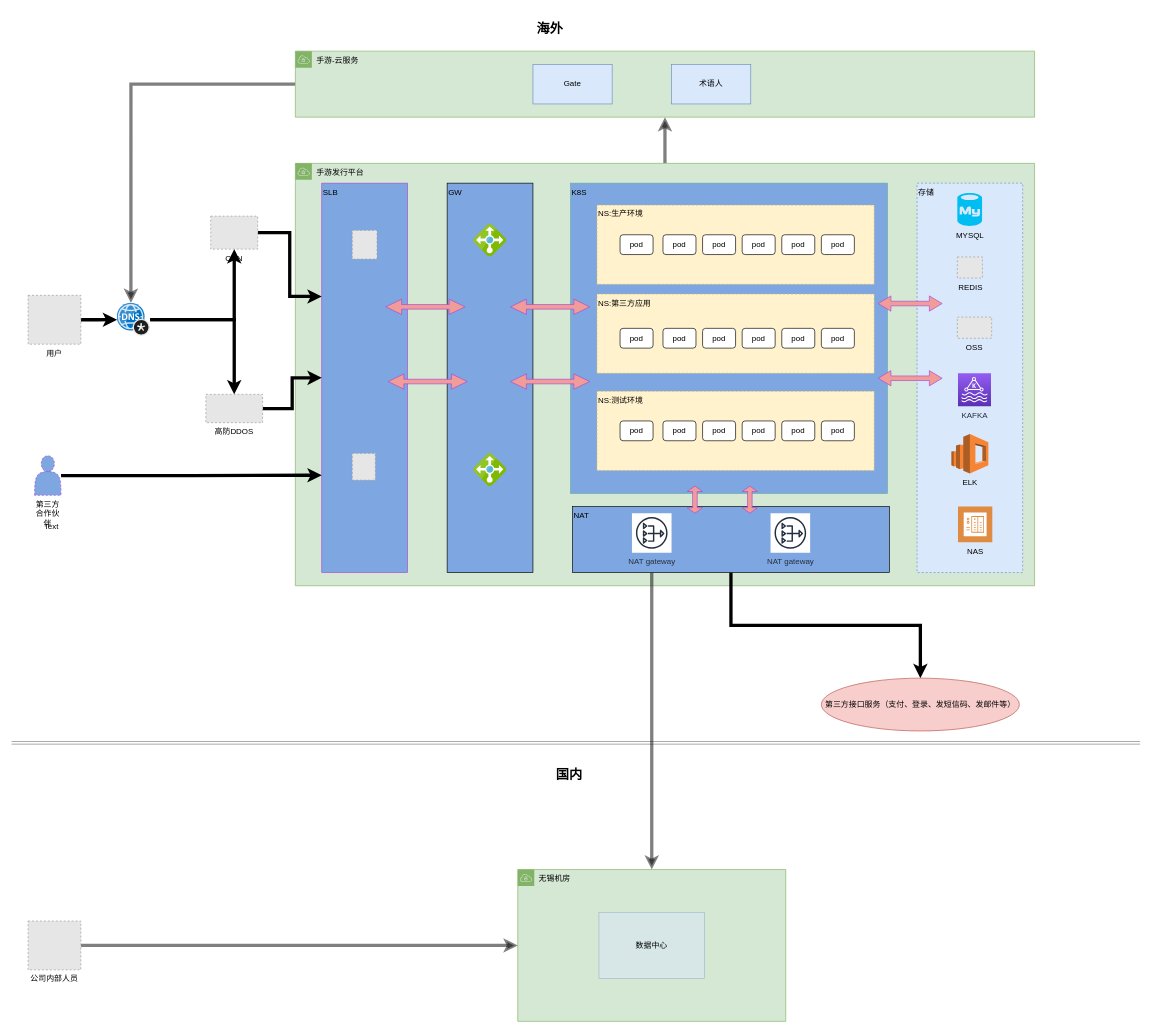
Earlier version of the draw.io diagram 未命名绘图.drawio (shijianhui/ops_doc). Source tidied: cells renumbered, new cells numbered last; positions are measured from the earlier drawing's top-left corner, leaving out a move shared by most shapes. Both pictures are drawn from the tidied source at 66%, with x=0, y=0 at pixel (11, 11). Pictures stored in the file or linked from it are replaced by grey dashed boxes.
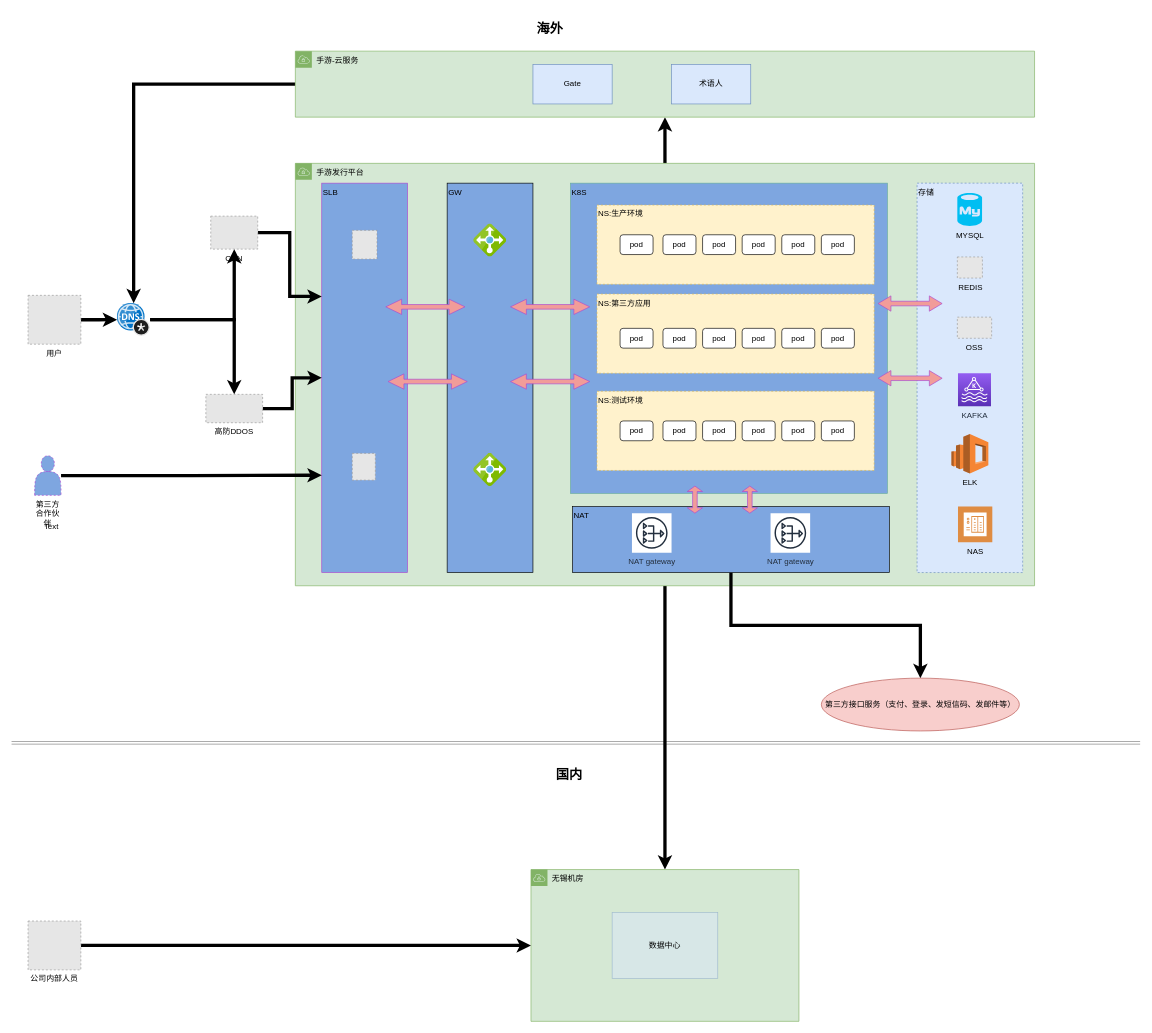
The same diagram, later.

Commit message (it also covers changes not shown here):
Update 未命名绘图.drawio

Unchanged cells that the change refers to:
```xml
<mxCell id="3" value="手游发行平台" style="points=[[0,0],[0.25,0],[0.5,0],[0.75,0],[1,0],[1,0.25],[1,0.5],[1,0.75],[1,1],[0.75,1],[0.5,1],[0.25,1],[0,1],[0,0.75],[0,0.5],[0,0.25]];outlineConnect=0;html=1;whiteSpace=wrap;fontSize=12;fontStyle=0;shape=mxgraph.aws4.group;grIcon=mxgraph.aws4.group_vpc;strokeColor=#82b366;fillColor=#d5e8d4;verticalAlign=top;align=left;spacingLeft=30;dashed=0;labelBackgroundColor=none;" parent="1" vertex="1">
  <mxGeometry x="430" y="230" width="1120" height="640" as="geometry" />
</mxCell>
<mxCell id="31" style="html=1;points=[];align=center;image;fontSize=12;image=img/lib/mscae/DNS_Private_Zones.svg;dashed=1;strokeColor=#AC49D0;fillColor=#9AC7BF;" parent="1" vertex="1">
  <mxGeometry x="160" y="441.8" width="50" height="50" as="geometry" />
</mxCell>
<mxCell id="55" value="NAT" style="whiteSpace=wrap;html=1;verticalAlign=top;align=left;fillColor=#7EA6E0;" parent="1" vertex="1">
  <mxGeometry x="850" y="750" width="480" height="100" as="geometry" />
</mxCell>
<mxCell id="68" value="手游-云服务" style="points=[[0,0],[0.25,0],[0.5,0],[0.75,0],[1,0],[1,0.25],[1,0.5],[1,0.75],[1,1],[0.75,1],[0.5,1],[0.25,1],[0,1],[0,0.75],[0,0.5],[0,0.25]];outlineConnect=0;html=1;whiteSpace=wrap;fontSize=12;fontStyle=0;shape=mxgraph.aws4.group;grIcon=mxgraph.aws4.group_vpc;strokeColor=#82b366;fillColor=#d5e8d4;verticalAlign=top;align=left;spacingLeft=30;dashed=0;labelBackgroundColor=none;" parent="1" vertex="1">
  <mxGeometry x="430" y="60" width="1120" height="100" as="geometry" />
</mxCell>
<mxCell id="72" value="公司内部人员" style="fillColor=#E6E6E6;strokeColor=#999999;dashed=1;verticalLabelPosition=bottom;labelBackgroundColor=#ffffff;verticalAlign=top;" parent="1" vertex="1">
  <mxGeometry x="25" y="1378" width="80" height="74" as="geometry" />
</mxCell>
```

What changed in the source:
```diff
@@
-    <mxCell id="2" style="edgeStyle=orthogonalEdgeStyle;rounded=0;jettySize=auto;html=1;opacity=50;strokeWidth=5;" parent="1" edge="1" source="3">
-      <mxGeometry relative="1" as="geometry">
-        <mxPoint x="990" y="160" as="targetPoint" />
-      </mxGeometry>
-    </mxCell>
+    <mxCell id="76" style="edgeStyle=orthogonalEdgeStyle;rounded=0;jettySize=auto;html=1;exitX=0.5;exitY=1;exitDx=0;exitDy=0;strokeWidth=5;" parent="1" edge="1" source="3" target="65">
+      <mxGeometry relative="1" as="geometry" />
+    </mxCell>
+    <mxCell id="77" style="edgeStyle=orthogonalEdgeStyle;rounded=0;jettySize=auto;html=1;exitX=0.5;exitY=0;exitDx=0;exitDy=0;entryX=0.5;entryY=1;entryDx=0;entryDy=0;strokeWidth=5;" parent="1" edge="1" source="3" target="68">
+      <mxGeometry relative="1" as="geometry" />
+    </mxCell>
@@
-    <mxCell id="54" style="edgeStyle=orthogonalEdgeStyle;rounded=0;jettySize=auto;html=1;entryX=0.5;entryY=0;entryDx=0;entryDy=0;opacity=50;exitX=0.25;exitY=1;exitDx=0;exitDy=0;strokeWidth=5;" parent="1" edge="1" source="55" target="65">
-      <mxGeometry relative="1" as="geometry" />
-    </mxCell>
@@
     <mxCell id="65" value="无锡机房" style="points=[[0,0],[0.25,0],[0.5,0],[0.75,0],[1,0],[1,0.25],[1,0.5],[1,0.75],[1,1],[0.75,1],[0.5,1],[0.25,1],[0,1],[0,0.75],[0,0.5],[0,0.25]];outlineConnect=0;html=1;whiteSpace=wrap;fontSize=12;fontStyle=0;shape=mxgraph.aws4.group;grIcon=mxgraph.aws4.group_vpc;strokeColor=#82b366;fillColor=#d5e8d4;verticalAlign=top;align=left;spacingLeft=30;dashed=0;labelBackgroundColor=none;" parent="1" vertex="1">
-      <mxGeometry x="767" y="1300" width="406" height="230" as="geometry" />
+      <mxGeometry x="787" y="1300" width="406" height="230" as="geometry" />
     </mxCell>
     <mxCell id="66" value="数据中心" style="rounded=0;whiteSpace=wrap;html=1;opacity=50;fillColor=#dae8fc;strokeColor=#6c8ebf;" parent="1" vertex="1">
-      <mxGeometry x="890" y="1365" width="160" height="100" as="geometry" />
+      <mxGeometry x="910" y="1365" width="160" height="100" as="geometry" />
     </mxCell>
-    <mxCell id="67" style="edgeStyle=orthogonalEdgeStyle;rounded=0;jettySize=auto;html=1;entryX=0.417;entryY=-0.005;entryDx=0;entryDy=0;entryPerimeter=0;opacity=50;strokeWidth=5;" parent="1" edge="1" source="68" target="31">
+    <mxCell id="67" style="edgeStyle=orthogonalEdgeStyle;rounded=0;jettySize=auto;html=1;strokeWidth=5;" parent="1" edge="1" source="68" target="31">
       <mxGeometry relative="1" as="geometry" />
     </mxCell>
@@
-    <mxCell id="71" style="edgeStyle=orthogonalEdgeStyle;rounded=0;jettySize=auto;html=1;opacity=50;strokeWidth=5;" parent="1" edge="1" source="72" target="65">
+    <mxCell id="71" style="edgeStyle=orthogonalEdgeStyle;rounded=0;jettySize=auto;html=1;strokeWidth=5;" parent="1" edge="1" source="72" target="65">
       <mxGeometry relative="1" as="geometry" />
     </mxCell>
```
